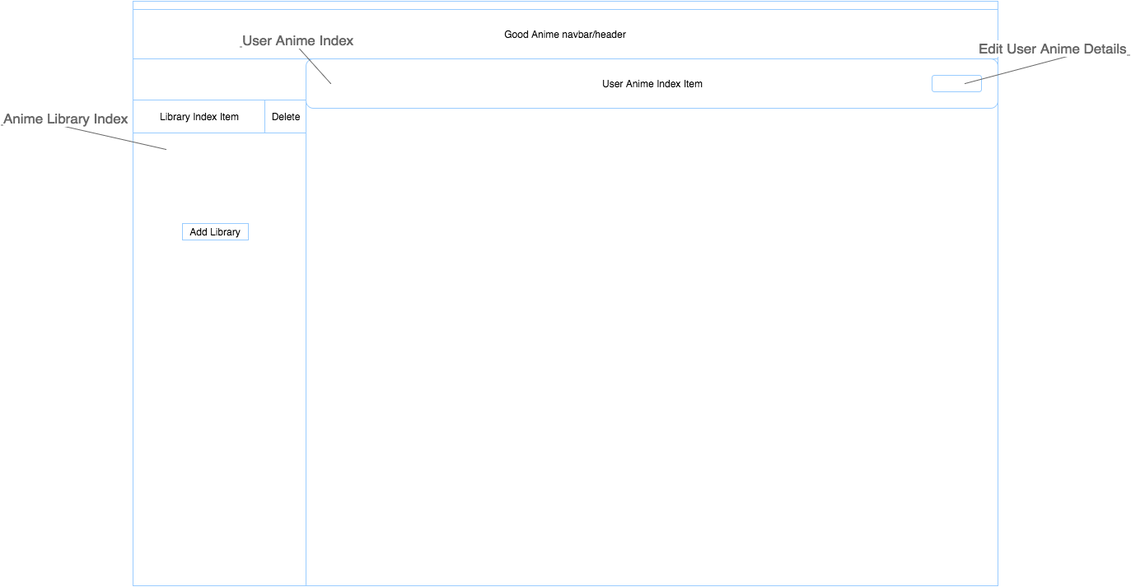
Above: docs/wireframes/home-logged-in.png in ygu93/GoodAnimes (draw.io), before the change. Source tidied: cells renumbered, new cells last; positions are measured from the earlier drawing's top-left corner, leaving out a move shared by most shapes.
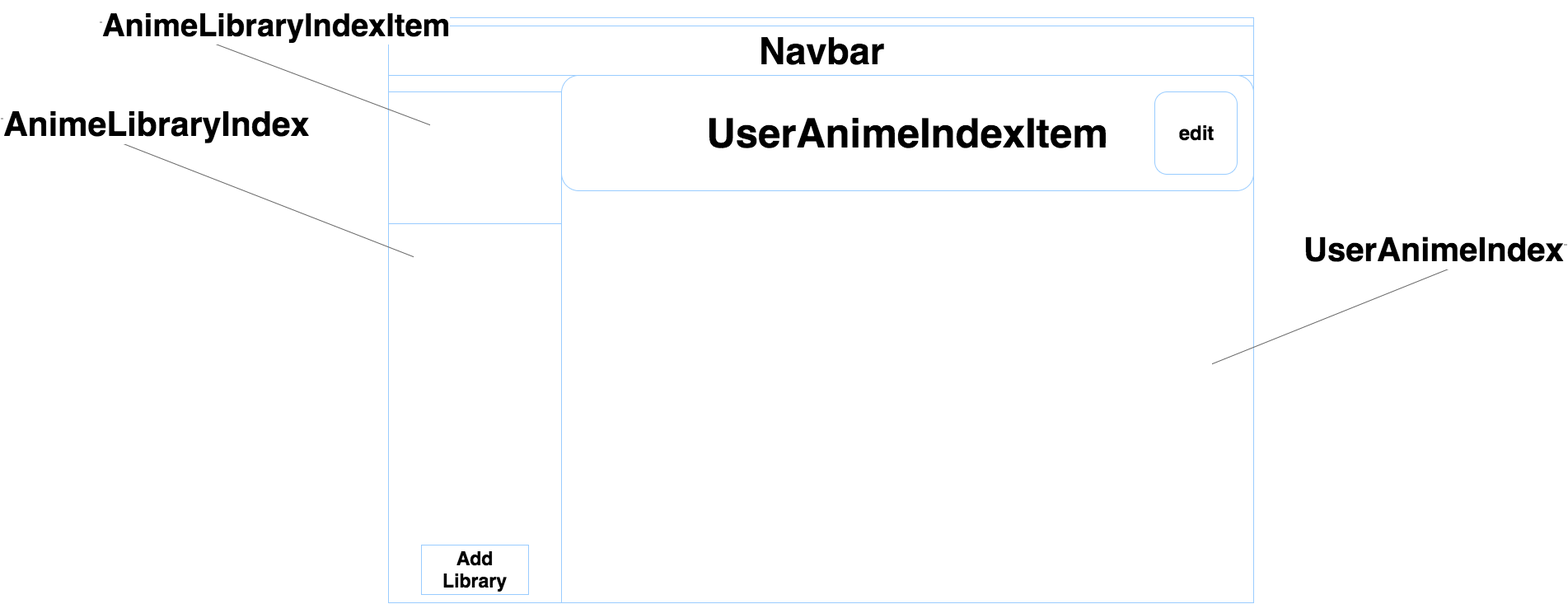
The same file after the commit.

What changed in the source:
```diff
@@ -5,35 +5,32 @@
     <mxCell id="2" style="whiteSpace=wrap;html=1;labelBackgroundColor=#FFFFFF;strokeColor=#99CCFF;fillColor=#FFFFFF;fontColor=#000000;" parent="1" vertex="1">
       <mxGeometry x="160" width="1050" height="710" as="geometry" />
     </mxCell>
-    <mxCell id="3" value="Good Anime navbar/header&lt;br&gt;" style="whiteSpace=wrap;html=1;labelBackgroundColor=#FFFFFF;strokeColor=#99CCFF;fillColor=#FFFFFF;fontColor=#000000;" parent="1" vertex="1">
+    <mxCell id="3" value="Navbar&lt;br&gt;" style="whiteSpace=wrap;html=1;labelBackgroundColor=#FFFFFF;strokeColor=#99CCFF;fillColor=#FFFFFF;fontColor=#000000;fontSize=45;fontStyle=1;" parent="1" vertex="1">
       <mxGeometry x="160" y="10" width="1050" height="60" as="geometry" />
     </mxCell>
     <mxCell id="4" style="whiteSpace=wrap;html=1;labelBackgroundColor=#FFFFFF;strokeColor=#99CCFF;fillColor=#FFFFFF;fontColor=#000000;" parent="1" vertex="1">
       <mxGeometry x="370" y="90" width="840" height="620" as="geometry" />
     </mxCell>
-    <mxCell id="5" value="User Anime Index Item&lt;br&gt;" style="rounded=1;whiteSpace=wrap;html=1;labelBackgroundColor=#FFFFFF;strokeColor=#99CCFF;fillColor=#FFFFFF;fontColor=#000000;" parent="1" vertex="1">
-      <mxGeometry x="370" y="70" width="840" height="60" as="geometry" />
+    <mxCell id="5" value="UserAnimeIndexItem" style="rounded=1;whiteSpace=wrap;html=1;labelBackgroundColor=#FFFFFF;strokeColor=#99CCFF;fillColor=#FFFFFF;fontColor=#000000;fontSize=49;fontStyle=1;" parent="1" vertex="1">
+      <mxGeometry x="370" y="70" width="840" height="140" as="geometry" />
     </mxCell>
-    <mxCell id="6" value="User Anime Index&lt;br&gt;" style="strokeWidth=1;shadow=0;dashed=0;align=center;html=1;shape=mxgraph.mockup.text.callout;linkText=;textSize=17;textColor=#666666;callDir=NW;callStyle=line;fontSize=17;fontColor=#666666;align=left;verticalAlign=top;strokeColor=#666666;labelBackgroundColor=#FFFFFF;fillColor=#FFFFFF;direction=east;" parent="1" vertex="1">
-      <mxGeometry x="290" y="30" width="110" height="70" as="geometry" />
-    </mxCell>
-    <mxCell id="7" value="Anime Library Index&lt;br&gt;" style="strokeWidth=1;shadow=0;dashed=0;align=center;html=1;shape=mxgraph.mockup.text.callout;linkText=;textSize=17;textColor=#666666;callDir=NW;callStyle=line;fontSize=17;fontColor=#666666;align=left;verticalAlign=top;strokeColor=#666666;labelBackgroundColor=#FFFFFF;fillColor=#FFFFFF;" parent="1" vertex="1">
-      <mxGeometry y="125" width="200" height="55" as="geometry" />
+    <mxCell id="7" value="AnimeLibraryIndex" style="strokeWidth=1;shadow=0;dashed=0;align=center;html=1;shape=mxgraph.mockup.text.callout;linkText=;textSize=17;textColor=#666666;callDir=NW;callStyle=line;fontSize=41;fontColor=#000000;align=left;verticalAlign=top;strokeColor=#666666;labelBackgroundColor=#FFFFFF;fillColor=#FFFFFF;fontStyle=1;" parent="1" vertex="1">
+      <mxGeometry x="-310" y="97" width="500" height="193" as="geometry" />
     </mxCell>
-    <mxCell id="8" style="rounded=1;whiteSpace=wrap;html=1;labelBackgroundColor=#FFFFFF;strokeColor=#99CCFF;fillColor=#FFFFFF;fontColor=#000000;" parent="1" vertex="1">
-      <mxGeometry x="1130" y="90" width="60" height="20" as="geometry" />
+    <mxCell id="8" value="edit" style="rounded=1;whiteSpace=wrap;html=1;labelBackgroundColor=#FFFFFF;strokeColor=#99CCFF;fillColor=#FFFFFF;fontColor=#000000;fontSize=24;fontStyle=1;" parent="1" vertex="1">
+      <mxGeometry x="1090" y="90" width="100" height="100" as="geometry" />
     </mxCell>
-    <mxCell id="9" value="Edit User Anime Details&lt;br&gt;" style="strokeWidth=1;shadow=0;dashed=0;align=center;html=1;shape=mxgraph.mockup.text.callout;linkText=;textSize=17;textColor=#666666;callDir=NE;callStyle=line;fontSize=17;fontColor=#666666;align=right;verticalAlign=top;strokeColor=#666666;labelBackgroundColor=#FFFFFF;fillColor=#FFFFFF;" parent="1" vertex="1">
-      <mxGeometry x="1170" y="40" width="200" height="60" as="geometry" />
-    </mxCell>
-    <mxCell id="10" value="Library Index Item&lt;br&gt;" style="whiteSpace=wrap;html=1;labelBackgroundColor=#FFFFFF;strokeColor=#99CCFF;fillColor=#FFFFFF;fontColor=#000000;" parent="1" vertex="1">
-      <mxGeometry x="160" y="120" width="160" height="40" as="geometry" />
+    <mxCell id="10" style="whiteSpace=wrap;html=1;labelBackgroundColor=#FFFFFF;strokeColor=#99CCFF;fillColor=#FFFFFF;fontColor=#000000;fontSize=30;fontStyle=1;" parent="1" vertex="1">
+      <mxGeometry x="160" y="90" width="210" height="160" as="geometry" />
     </mxCell>
-    <mxCell id="11" value="Add Library&lt;br&gt;" style="whiteSpace=wrap;html=1;labelBackgroundColor=#FFFFFF;strokeColor=#99CCFF;fillColor=#FFFFFF;fontColor=#000000;" parent="1" vertex="1">
-      <mxGeometry x="220" y="270" width="80" height="20" as="geometry" />
+    <mxCell id="11" value="Add Library&lt;br&gt;" style="whiteSpace=wrap;html=1;labelBackgroundColor=#FFFFFF;strokeColor=#99CCFF;fillColor=#FFFFFF;fontColor=#000000;fontSize=23;fontStyle=1;" parent="1" vertex="1">
+      <mxGeometry x="200" y="640" width="130" height="60" as="geometry" />
     </mxCell>
-    <mxCell id="12" value="Delete" style="whiteSpace=wrap;html=1;labelBackgroundColor=#FFFFFF;strokeColor=#99CCFF;fillColor=#FFFFFF;fontColor=#000000;" parent="1" vertex="1">
-      <mxGeometry x="320" y="120" width="50" height="40" as="geometry" />
-    </mxCell>
+    <mxCell id="13" value="UserAnimeIndex&lt;br&gt;" style="strokeWidth=1;shadow=0;dashed=0;align=center;html=1;shape=mxgraph.mockup.text.callout;linkText=;textSize=17;textColor=#666666;callDir=NE;callStyle=line;fontSize=40;fontColor=#000000;align=right;verticalAlign=top;strokeColor=#666666;labelBackgroundColor=#FFFFFF;fillColor=#FFFFFF;fontStyle=1;" parent="1" vertex="1">
+      <mxGeometry x="1160" y="250" width="430" height="170" as="geometry" />
+    </mxCell>
+    <mxCell id="14" value="AnimeLibraryIndexItem" style="strokeWidth=1;shadow=0;dashed=0;align=center;html=1;shape=mxgraph.mockup.text.callout;linkText=;textSize=17;textColor=#666666;callDir=NW;callStyle=line;fontSize=38;fontColor=#000000;align=left;verticalAlign=top;strokeColor=#666666;labelBackgroundColor=#FFFFFF;fillColor=#FFFFFF;fontStyle=1;" parent="1" vertex="1">
+      <mxGeometry x="-190" y="-20" width="400" height="150" as="geometry" />
+    </mxCell>
   </root>
 </mxGraphModel>
```
